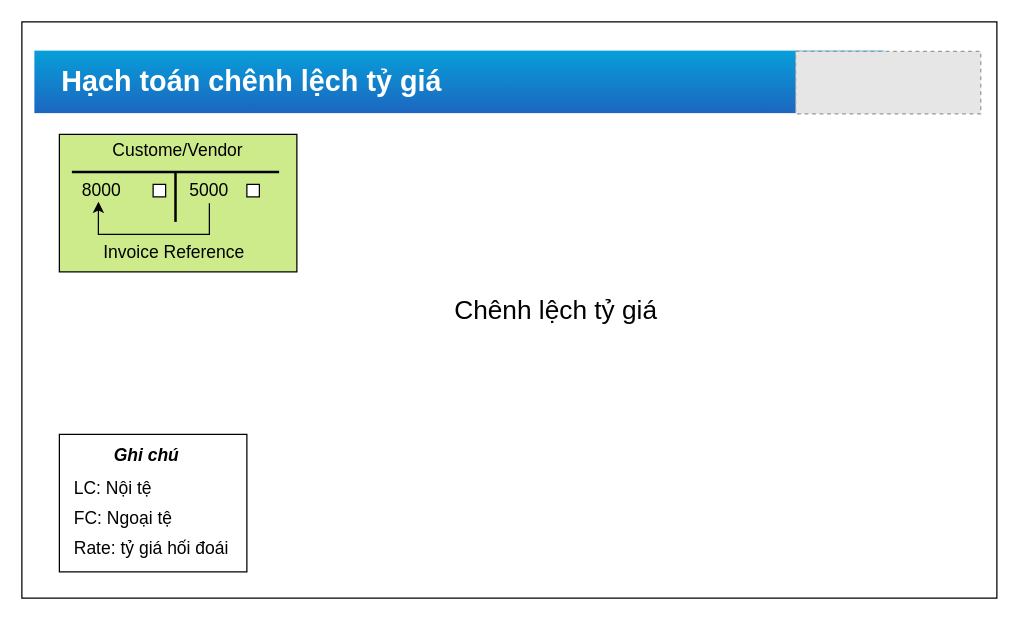
Earlier version of the draw.io diagram page "Hach toan chenh lech ty gia" (19 of 20) of Proposal Ilustration.drawio (hunghvfyu/PVCOMBANK). Source tidied: cells renumbered, new cells numbered last; positions are measured from the earlier drawing's top-left corner, leaving out a move shared by most shapes. Both pictures are drawn from the tidied source at 125%, with x=0, y=0 at pixel (21, 21). Pictures stored in the file or linked from it are replaced by grey dashed boxes.
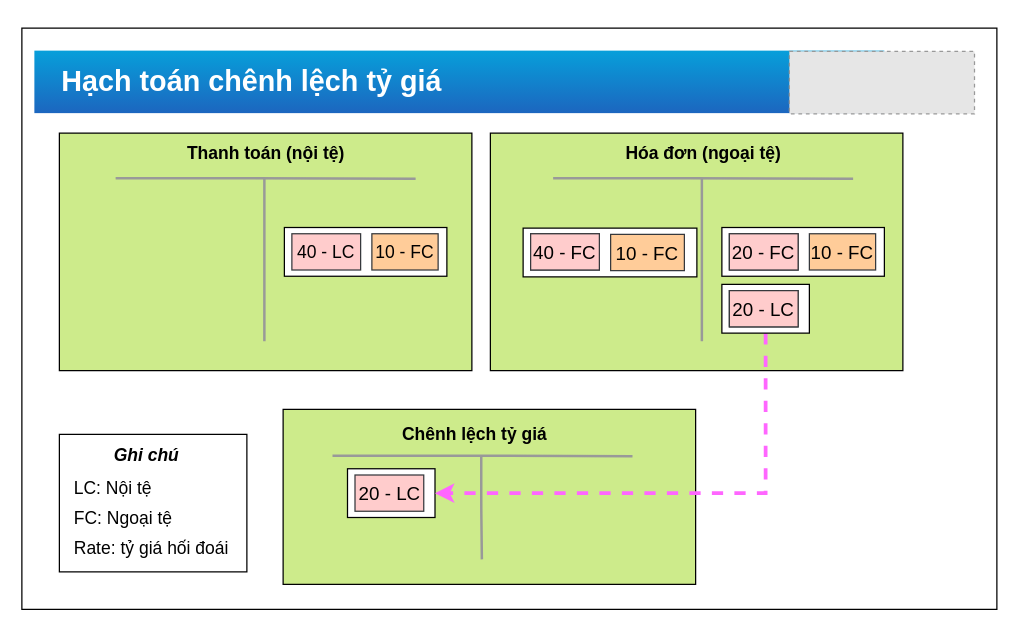
Above is the later version.

The edit, as a diff of the source:
```diff
@@
     <mxCell id="2" style="rounded=0;whiteSpace=wrap;html=1;labelBackgroundColor=none;strokeWidth=1;fontSize=14;align=center;" parent="1" vertex="1">
-      <mxGeometry width="780" height="461" as="geometry" />
+      <mxGeometry y="5" width="780" height="465" as="geometry" />
     </mxCell>
+    <mxCell id="22" style="rounded=0;whiteSpace=wrap;html=1;labelBackgroundColor=none;strokeColor=#000000;strokeWidth=1;fillColor=#cdeb8b;fontSize=23;align=center;" parent="1" vertex="1">
+      <mxGeometry x="209" y="310" width="330" height="140" as="geometry" />
+    </mxCell>
@@
     <mxCell id="4" style="fillColor=#E6E6E6;strokeColor=#999999;dashed=1;verticalLabelPosition=bottom;labelBackgroundColor=#ffffff;verticalAlign=top;" parent="1" vertex="1">
-      <mxGeometry x="619" y="23.5" width="148.1" height="50" as="geometry" />
+      <mxGeometry x="614" y="23.5" width="148.1" height="50" as="geometry" />
     </mxCell>
     <mxCell id="5" style="rounded=0;whiteSpace=wrap;html=1;labelBackgroundColor=none;strokeColor=#000000;strokeWidth=1;fillColor=#cdeb8b;fontSize=23;align=center;" parent="1" vertex="1">
-      <mxGeometry x="30" y="90" width="190" height="110" as="geometry" />
+      <mxGeometry x="30" y="89" width="330" height="190" as="geometry" />
     </mxCell>
-    <mxCell id="6" style="group;" parent="1" vertex="1">
-      <mxGeometry x="40" y="120" width="190" height="40" as="geometry" />
-    </mxCell>
-    <mxCell id="7" style="endArrow=none;html=1;strokeColor=#000000;strokeWidth=2;fontSize=23;fontColor=#000000;" parent="6" edge="1">
-      <mxGeometry relative="1" as="geometry">
-        <mxPoint as="sourcePoint" />
-        <mxPoint x="165.8" as="targetPoint" />
-      </mxGeometry>
-    </mxCell>
-    <mxCell id="8" style="endArrow=none;html=1;strokeColor=#000000;strokeWidth=2;fontSize=23;fontColor=#000000;" parent="6" edge="1">
-      <mxGeometry relative="1" as="geometry">
-        <mxPoint x="82.9" y="40" as="sourcePoint" />
-        <mxPoint x="82.9" as="targetPoint" />
-      </mxGeometry>
-    </mxCell>
-    <mxCell id="9" style="edgeStyle=orthogonalEdgeStyle;rounded=0;jettySize=auto;html=1;entryX=0.431;entryY=0.94;entryDx=0;entryDy=0;entryPerimeter=0;strokeColor=#000000;strokeWidth=1;fontSize=14;fontColor=#000000;" parent="6" edge="1" source="10" target="11">
-      <mxGeometry relative="1" as="geometry">
-        <Array as="points">
-          <mxPoint x="110" y="50" />
-          <mxPoint x="21" y="50" />
-        </Array>
-      </mxGeometry>
-    </mxCell>
-    <mxCell id="10" value="5000" style="text;html=1;strokeColor=none;fillColor=none;align=center;verticalAlign=middle;whiteSpace=wrap;rounded=0;labelBackgroundColor=none;fontSize=14;fontColor=#000000;" parent="6" vertex="1">
-      <mxGeometry x="90" y="5" width="40" height="20" as="geometry" />
-    </mxCell>
-    <mxCell id="11" value="8000" style="text;html=1;strokeColor=none;fillColor=none;align=center;verticalAlign=middle;whiteSpace=wrap;rounded=0;labelBackgroundColor=none;fontSize=14;fontColor=#000000;" parent="6" vertex="1">
-      <mxGeometry x="4" y="5" width="40" height="20" as="geometry" />
-    </mxCell>
-    <mxCell id="12" value="&lt;font style=&quot;font-size: 21px&quot;&gt;Chênh lệch tỷ giá&lt;/font&gt;" style="text;html=1;strokeColor=none;fillColor=none;align=center;verticalAlign=middle;whiteSpace=wrap;rounded=0;labelBackgroundColor=none;fontSize=23;fontColor=#000000;" parent="1" vertex="1">
-      <mxGeometry x="290" y="220.4" width="275" height="20" as="geometry" />
-    </mxCell>
@@
-    <mxCell id="18" value="Custome/Vendor" style="text;html=1;strokeColor=none;fillColor=none;align=center;verticalAlign=middle;whiteSpace=wrap;rounded=0;labelBackgroundColor=none;fontSize=14;fontColor=#000000;" parent="1" vertex="1">
-      <mxGeometry x="105" y="93" width="40" height="20" as="geometry" />
+    <mxCell id="18" value="Thanh toán (nội tệ)" style="text;html=1;strokeColor=none;fillColor=none;align=center;verticalAlign=middle;whiteSpace=wrap;rounded=0;labelBackgroundColor=none;fontSize=14;fontColor=#000000;fontStyle=1;" parent="1" vertex="1">
+      <mxGeometry x="112.5" y="95" width="165" height="20" as="geometry" />
     </mxCell>
-    <mxCell id="19" value="Invoice Reference" style="text;html=1;strokeColor=none;fillColor=none;align=center;verticalAlign=middle;whiteSpace=wrap;rounded=0;labelBackgroundColor=none;fontSize=14;fontColor=#000000;" parent="1" vertex="1">
-      <mxGeometry x="64" y="174" width="116" height="20" as="geometry" />
-    </mxCell>
-    <mxCell id="20" style="whiteSpace=wrap;html=1;labelBackgroundColor=none;strokeWidth=1;fontSize=14;align=left;" parent="1" vertex="1">
-      <mxGeometry x="105" y="130" width="10" height="10" as="geometry" />
-    </mxCell>
-    <mxCell id="21" style="whiteSpace=wrap;html=1;labelBackgroundColor=none;strokeWidth=1;fontSize=14;align=left;" parent="1" vertex="1">
-      <mxGeometry x="180" y="130" width="10" height="10" as="geometry" />
-    </mxCell>
+    <mxCell id="23" style="rounded=0;whiteSpace=wrap;html=1;labelBackgroundColor=none;strokeColor=#000000;strokeWidth=1;fillColor=#cdeb8b;fontSize=23;align=center;" parent="1" vertex="1">
+      <mxGeometry x="374.8" y="89" width="330" height="190" as="geometry" />
+    </mxCell>
+    <mxCell id="24" value="Hóa đơn (ngoại tệ)" style="text;html=1;strokeColor=none;fillColor=none;align=center;verticalAlign=middle;whiteSpace=wrap;rounded=0;labelBackgroundColor=none;fontSize=14;fontColor=#000000;fontStyle=1;" parent="1" vertex="1">
+      <mxGeometry x="462.5" y="95" width="165" height="20" as="geometry" />
+    </mxCell>
+    <mxCell id="25" style="endArrow=none;html=1;strokeColor=#999999;fillColor=#999999;fontSize=15;fontColor=#000000;strokeWidth=2;" parent="1" edge="1">
+      <mxGeometry relative="1" as="geometry">
+        <mxPoint x="544" y="255.5" as="sourcePoint" />
+        <mxPoint x="544" y="125.5" as="targetPoint" />
+        <Array as="points">
+          <mxPoint x="544" y="165.5" />
+        </Array>
+      </mxGeometry>
+    </mxCell>
+    <mxCell id="26" style="endArrow=none;html=1;strokeColor=#999999;fillColor=#999999;fontSize=15;fontColor=#000000;strokeWidth=2;" parent="1" edge="1">
+      <mxGeometry relative="1" as="geometry">
+        <mxPoint x="425" y="125" as="sourcePoint" />
+        <mxPoint x="665" y="125.5" as="targetPoint" />
+        <Array as="points">
+          <mxPoint x="525" y="125" />
+        </Array>
+      </mxGeometry>
+    </mxCell>
+    <mxCell id="27" style="endArrow=none;html=1;strokeColor=#999999;fillColor=#999999;fontSize=15;fontColor=#000000;strokeWidth=2;" parent="1" edge="1">
+      <mxGeometry relative="1" as="geometry">
+        <mxPoint x="194" y="255.5" as="sourcePoint" />
+        <mxPoint x="194" y="125.5" as="targetPoint" />
+        <Array as="points">
+          <mxPoint x="194" y="165.5" />
+        </Array>
+      </mxGeometry>
+    </mxCell>
+    <mxCell id="28" style="endArrow=none;html=1;strokeColor=#999999;fillColor=#999999;fontSize=15;fontColor=#000000;strokeWidth=2;" parent="1" edge="1">
+      <mxGeometry relative="1" as="geometry">
+        <mxPoint x="75" y="125" as="sourcePoint" />
+        <mxPoint x="315" y="125.5" as="targetPoint" />
+        <Array as="points">
+          <mxPoint x="175" y="125" />
+        </Array>
+      </mxGeometry>
+    </mxCell>
+    <mxCell id="29" style="rounded=0;whiteSpace=wrap;html=1;strokeWidth=1;fontSize=15;align=center;" parent="1" vertex="1">
+      <mxGeometry x="260.5" y="357.5" width="70" height="39" as="geometry" />
+    </mxCell>
+    <mxCell id="30" style="rounded=0;whiteSpace=wrap;html=1;strokeWidth=1;fontSize=15;align=center;" parent="1" vertex="1">
+      <mxGeometry x="210" y="164.5" width="130" height="39" as="geometry" />
+    </mxCell>
+    <mxCell id="31" value="40 - LC" style="rounded=0;whiteSpace=wrap;html=1;strokeColor=#36393d;strokeWidth=1;fillColor=#ffcccc;fontSize=14;align=center;" parent="1" vertex="1">
+      <mxGeometry x="216" y="169.5" width="55" height="29" as="geometry" />
+    </mxCell>
+    <mxCell id="32" value="10 - FC" style="rounded=0;whiteSpace=wrap;html=1;strokeColor=#36393d;strokeWidth=1;fillColor=#ffcc99;fontSize=14;align=center;" parent="1" vertex="1">
+      <mxGeometry x="280" y="169.5" width="53" height="29" as="geometry" />
+    </mxCell>
+    <mxCell id="33" value="20 - LC" style="rounded=0;whiteSpace=wrap;html=1;strokeColor=#36393d;strokeWidth=1;fillColor=#ffcccc;fontSize=15;align=center;" parent="1" vertex="1">
+      <mxGeometry x="266.5" y="362.5" width="55" height="29" as="geometry" />
+    </mxCell>
+    <mxCell id="34" style="rounded=0;whiteSpace=wrap;html=1;strokeWidth=1;fontSize=15;align=center;" parent="1" vertex="1">
+      <mxGeometry x="401" y="165" width="139" height="39" as="geometry" />
+    </mxCell>
+    <mxCell id="35" style="rounded=0;whiteSpace=wrap;html=1;strokeColor=#36393d;strokeWidth=1;fillColor=#ffcccc;fontSize=15;align=center;" parent="1" vertex="1">
+      <mxGeometry x="407" y="169.5" width="55" height="29" as="geometry" />
+    </mxCell>
+    <mxCell id="36" value="10 - FC" style="rounded=0;whiteSpace=wrap;html=1;strokeColor=#36393d;strokeWidth=1;fillColor=#ffcc99;fontSize=15;align=center;" parent="1" vertex="1">
+      <mxGeometry x="471" y="170" width="59" height="29" as="geometry" />
+    </mxCell>
+    <mxCell id="37" value="40 - FC" style="rounded=0;whiteSpace=wrap;html=1;strokeColor=#36393d;strokeWidth=1;fillColor=#ffcccc;fontSize=15;align=center;" parent="1" vertex="1">
+      <mxGeometry x="407" y="169.5" width="55" height="29" as="geometry" />
+    </mxCell>
+    <mxCell id="38" style="rounded=0;whiteSpace=wrap;html=1;strokeWidth=1;fontSize=15;align=center;" parent="1" vertex="1">
+      <mxGeometry x="560" y="164.5" width="130" height="39" as="geometry" />
+    </mxCell>
+    <mxCell id="39" style="rounded=0;whiteSpace=wrap;html=1;strokeColor=#36393d;strokeWidth=1;fillColor=#ffcccc;fontSize=15;align=center;" parent="1" vertex="1">
+      <mxGeometry x="566" y="169.5" width="55" height="29" as="geometry" />
+    </mxCell>
+    <mxCell id="40" value="10 - FC" style="rounded=0;whiteSpace=wrap;html=1;strokeColor=#36393d;strokeWidth=1;fillColor=#ffcc99;fontSize=15;align=center;" parent="1" vertex="1">
+      <mxGeometry x="630" y="169.5" width="53" height="29" as="geometry" />
+    </mxCell>
+    <mxCell id="41" value="20 - FC" style="rounded=0;whiteSpace=wrap;html=1;strokeColor=#36393d;strokeWidth=1;fillColor=#ffcccc;fontSize=15;align=center;" parent="1" vertex="1">
+      <mxGeometry x="566" y="169.5" width="55" height="29" as="geometry" />
+    </mxCell>
+    <mxCell id="42" style="edgeStyle=orthogonalEdgeStyle;rounded=0;jettySize=auto;html=1;entryX=1;entryY=0.5;entryDx=0;entryDy=0;strokeColor=#FF66FF;strokeWidth=3;fillColor=#999999;fontSize=14;fontColor=#000000;dashed=1;" parent="1" edge="1" source="43" target="29">
+      <mxGeometry relative="1" as="geometry">
+        <Array as="points">
+          <mxPoint x="595" y="377" />
+        </Array>
+      </mxGeometry>
+    </mxCell>
+    <mxCell id="43" style="rounded=0;whiteSpace=wrap;html=1;strokeWidth=1;fontSize=15;align=center;" parent="1" vertex="1">
+      <mxGeometry x="560" y="210" width="70" height="39" as="geometry" />
+    </mxCell>
+    <mxCell id="44" style="rounded=0;whiteSpace=wrap;html=1;strokeColor=#36393d;strokeWidth=1;fillColor=#ffcccc;fontSize=15;align=center;" parent="1" vertex="1">
+      <mxGeometry x="566" y="215" width="55" height="29" as="geometry" />
+    </mxCell>
+    <mxCell id="45" value="20 - LC" style="rounded=0;whiteSpace=wrap;html=1;strokeColor=#36393d;strokeWidth=1;fillColor=#ffcccc;fontSize=15;align=center;" parent="1" vertex="1">
+      <mxGeometry x="566" y="215" width="55" height="29" as="geometry" />
+    </mxCell>
+    <mxCell id="46" style="endArrow=none;html=1;strokeColor=#999999;fillColor=#999999;fontSize=15;fontColor=#000000;strokeWidth=2;" parent="1" edge="1">
+      <mxGeometry relative="1" as="geometry">
+        <mxPoint x="248.5" y="347" as="sourcePoint" />
+        <mxPoint x="488.5" y="347.5" as="targetPoint" />
+        <Array as="points">
+          <mxPoint x="348.5" y="347" />
+        </Array>
+      </mxGeometry>
+    </mxCell>
+    <mxCell id="47" style="endArrow=none;html=1;strokeColor=#999999;fillColor=#999999;fontSize=15;fontColor=#000000;strokeWidth=2;" parent="1" edge="1">
+      <mxGeometry relative="1" as="geometry">
+        <mxPoint x="368" y="430" as="sourcePoint" />
+        <mxPoint x="367.5" y="347.5" as="targetPoint" />
+        <Array as="points">
+          <mxPoint x="367.5" y="387.5" />
+        </Array>
+      </mxGeometry>
+    </mxCell>
+    <mxCell id="12" value="Chênh lệch tỷ giá" style="text;html=1;strokeColor=none;fillColor=none;align=center;verticalAlign=middle;whiteSpace=wrap;rounded=0;labelBackgroundColor=none;fontSize=14;fontColor=#000000;fontStyle=1;" parent="1" vertex="1">
+      <mxGeometry x="280" y="320" width="165" height="20" as="geometry" />
+    </mxCell>
```
